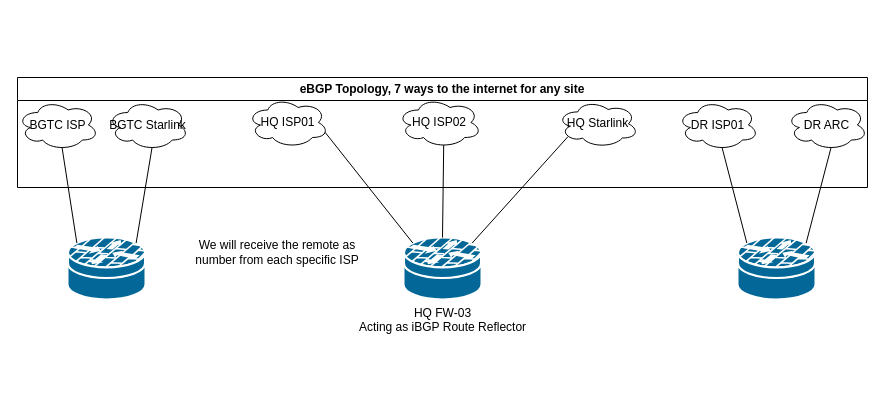
The draw.io diagram page "BGP Topo" (2 of 2) of Future_Network.drawio in adamrt918/Diagram, before the edit. Source tidied: cells renumbered, new cells numbered last; positions are measured from the earlier drawing's top-left corner, leaving out a move shared by most shapes. Both pictures are drawn from the tidied source at 100%, with x=0, y=0 at pixel (17, 77).
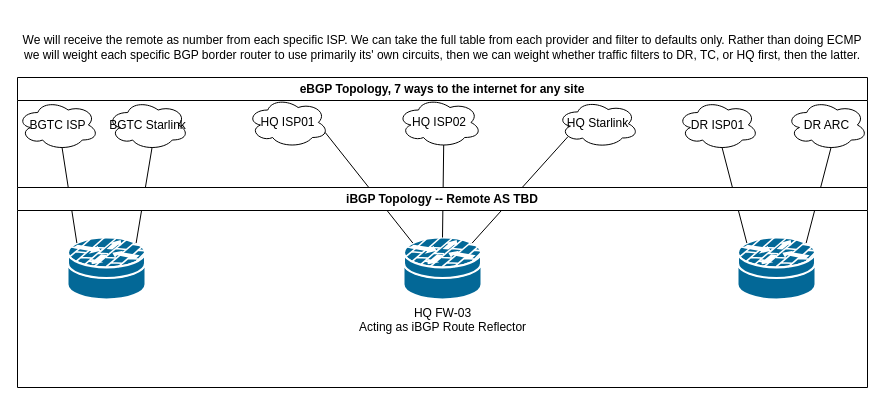
Above is the later version.

What changed in the source:
```diff
@@
-    <mxCell id="20" value="We will receive the remote as number from each specific ISP" style="text;html=1;align=center;verticalAlign=middle;whiteSpace=wrap;rounded=0;" parent="1" vertex="1">
-      <mxGeometry x="160" y="120" width="200" height="110" as="geometry" />
+    <mxCell id="20" value="We will receive the remote as number from each specific ISP. We can take the full table from each provider and filter to defaults only. Rather than doing ECMP we will weight each specific BGP border router to use primarily its' own circuits, then we can weight whether traffic filters to DR, TC, or HQ first, then the latter." style="text;html=1;align=center;verticalAlign=middle;whiteSpace=wrap;rounded=0;" parent="1" vertex="1">
+      <mxGeometry y="-60" width="850" height="60" as="geometry" />
     </mxCell>
+    <mxCell id="21" value="iBGP Topology -- Remote AS TBD" style="swimlane;whiteSpace=wrap;html=1;" parent="1" vertex="1">
+      <mxGeometry y="110" width="850" height="200" as="geometry" />
+    </mxCell>
```
